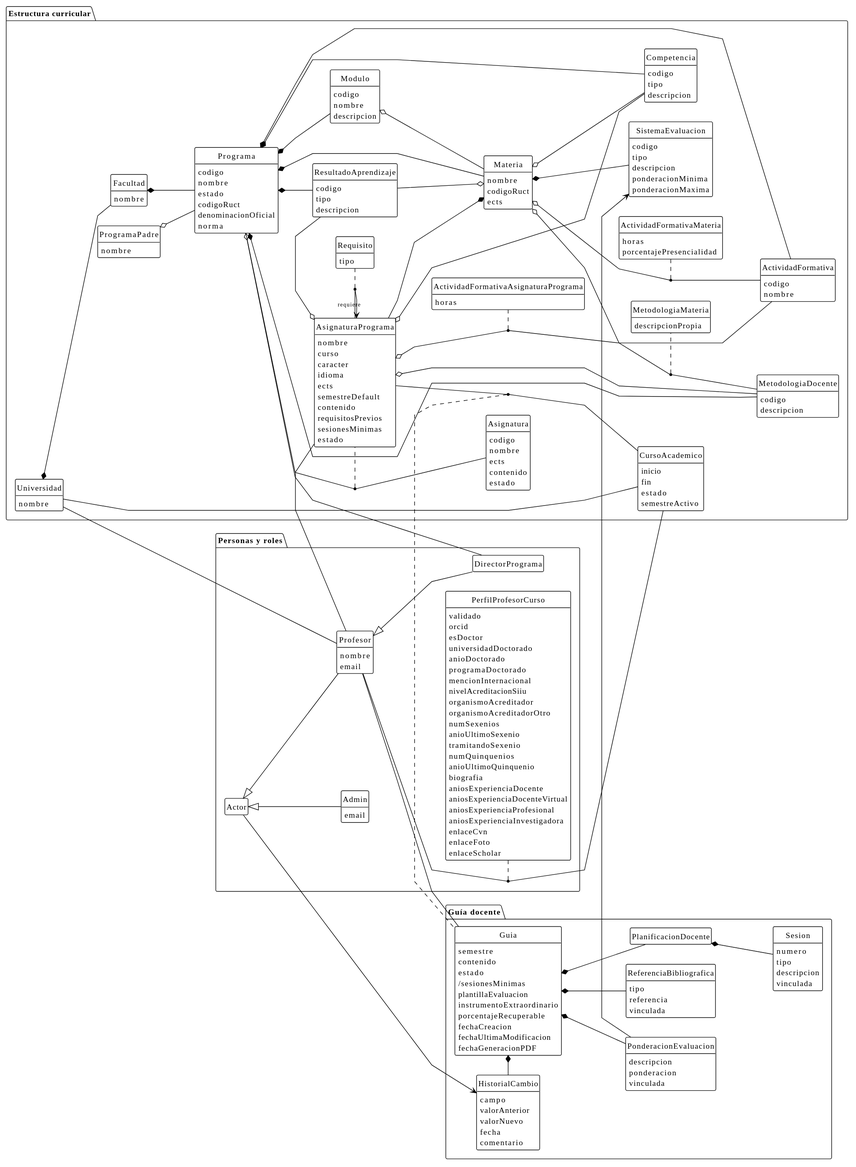
This is images/RUP/00-modelo-del-dominio/modeloDominio.svg from mmasias/pyCeldaPublico, a PlantUML export, as it was before one commit. Source of this version:
```plantuml
@startuml
!theme plain
hide empty members
hide circle
skinparam linetype polyline
left to right direction

package "Estructura curricular" {
  class Universidad {
    nombre
  }
  class Facultad {
    nombre
  }
  class ProgramaPadre {
    nombre
  }
  class Programa {
    codigo
    nombre
    estado
    codigoRuct
    denominacionOficial
    norma
  }
  class Materia {
    nombre
    codigoRuct
    ects
  }
  class Modulo {
    codigo
    nombre
    descripcion
  }
  class SistemaEvaluacion {
    codigo
    tipo
    descripcion
    ponderacionMinima
    ponderacionMaxima
  }
  class MetodologiaDocente {
    codigo
    descripcion
  }
  class MetodologiaMateria {
    descripcionPropia
  }
  class ActividadFormativa {
    codigo
    nombre
  }
  class ActividadFormativaMateria {
    horas
    porcentajePresencialidad
  }
  class ActividadFormativaAsignaturaPrograma {
    horas
  }
  class Asignatura {
    codigo
    nombre
    ects
    contenido
    estado
  }
  class AsignaturaPrograma {
    nombre
    curso
    caracter
    idioma
    ects
    semestreDefault
    contenido
    requisitosPrevios
    sesionesMinimas
    estado
  }
  class ResultadoAprendizaje {
    codigo
    tipo
    descripcion
  }
  class Competencia {
    codigo
    tipo
    descripcion
  }
  class Requisito {
    tipo
  }
  class CursoAcademico {
    inicio
    fin
    estado
    semestreActivo
  }
  Universidad *-- Facultad
  Facultad *-- Programa
  ProgramaPadre o-- Programa
  Programa *-- Materia
  Programa *-- MetodologiaDocente
  Materia *-- AsignaturaPrograma
  Materia *-- SistemaEvaluacion
  Materia o-- MetodologiaDocente
  (Materia, MetodologiaDocente) .. MetodologiaMateria
  Programa *-- ActividadFormativa
  Materia o-- ActividadFormativa
  (Materia, ActividadFormativa) .. ActividadFormativaMateria
  AsignaturaPrograma o-- ActividadFormativa
  (AsignaturaPrograma, ActividadFormativa) .. ActividadFormativaAsignaturaPrograma
  (Programa, Asignatura) .. AsignaturaPrograma
  Programa *-d- ResultadoAprendizaje
  Materia o-u- ResultadoAprendizaje
  AsignaturaPrograma o- ResultadoAprendizaje
  Programa *-- Competencia
  Materia o-- Competencia
  AsignaturaPrograma o-- Competencia
  Programa *-- Modulo
  Modulo o-- Materia
  AsignaturaPrograma o-r- MetodologiaDocente
  AsignaturaPrograma -> AsignaturaPrograma : <sub>requiere</sub>
  (AsignaturaPrograma, AsignaturaPrograma) .. Requisito
  Universidad -- CursoAcademico
}

package "Guía docente" {
  class Guia {
    semestre
    contenido
    estado
    /sesionesMinimas
    plantillaEvaluacion
    instrumentoExtraordinario
    porcentajeRecuperable
    fechaCreacion
    fechaUltimaModificacion
    fechaGeneracionPDF
  }
  class HistorialCambio {
    campo
    valorAnterior
    valorNuevo
    fecha
    comentario
  }

  class PonderacionEvaluacion {
    descripcion
    ponderacion
    vinculada
  }

  (AsignaturaPrograma, CursoAcademico) .. Guia
  Guia *- HistorialCambio
  Guia *-d- PonderacionEvaluacion
  PonderacionEvaluacion -> SistemaEvaluacion

  class ReferenciaBibliografica {
    tipo
    referencia
    vinculada
  }

  Guia *-- ReferenciaBibliografica

  class PlanificacionDocente
  class Sesion {
    numero
    tipo
    descripcion
    vinculada
  }

  Guia *-- PlanificacionDocente
  PlanificacionDocente *-- Sesion
}

package "Personas y roles" {
  class Actor
  class Profesor {
    nombre
    email
  }
  class Admin {
    email
  }
  class DirectorPrograma
  class PerfilProfesorCurso {
    validado
    orcid
    esDoctor
    universidadDoctorado
    anioDoctorado
    programaDoctorado
    mencionInternacional
    nivelAcreditacionSiiu
    organismoAcreditador
    organismoAcreditadorOtro
    numSexenios
    anioUltimoSexenio
    tramitandoSexenio
    numQuinquenios
    anioUltimoQuinquenio
    biografia
    aniosExperienciaDocente
    aniosExperienciaDocenteVirtual
    aniosExperienciaProfesional
    aniosExperienciaInvestigadora
    enlaceCvn
    enlaceFoto
    enlaceScholar
  }

  Profesor -u-|> Actor
  Admin -u-|> Actor
  DirectorPrograma -u-|> Profesor
  Actor -> HistorialCambio
  Universidad -- Profesor
  AsignaturaPrograma - Profesor
  Programa o- DirectorPrograma
  (Profesor, CursoAcademico) .. PerfilProfesorCurso
}

Guia -- Profesor
@enduml
```
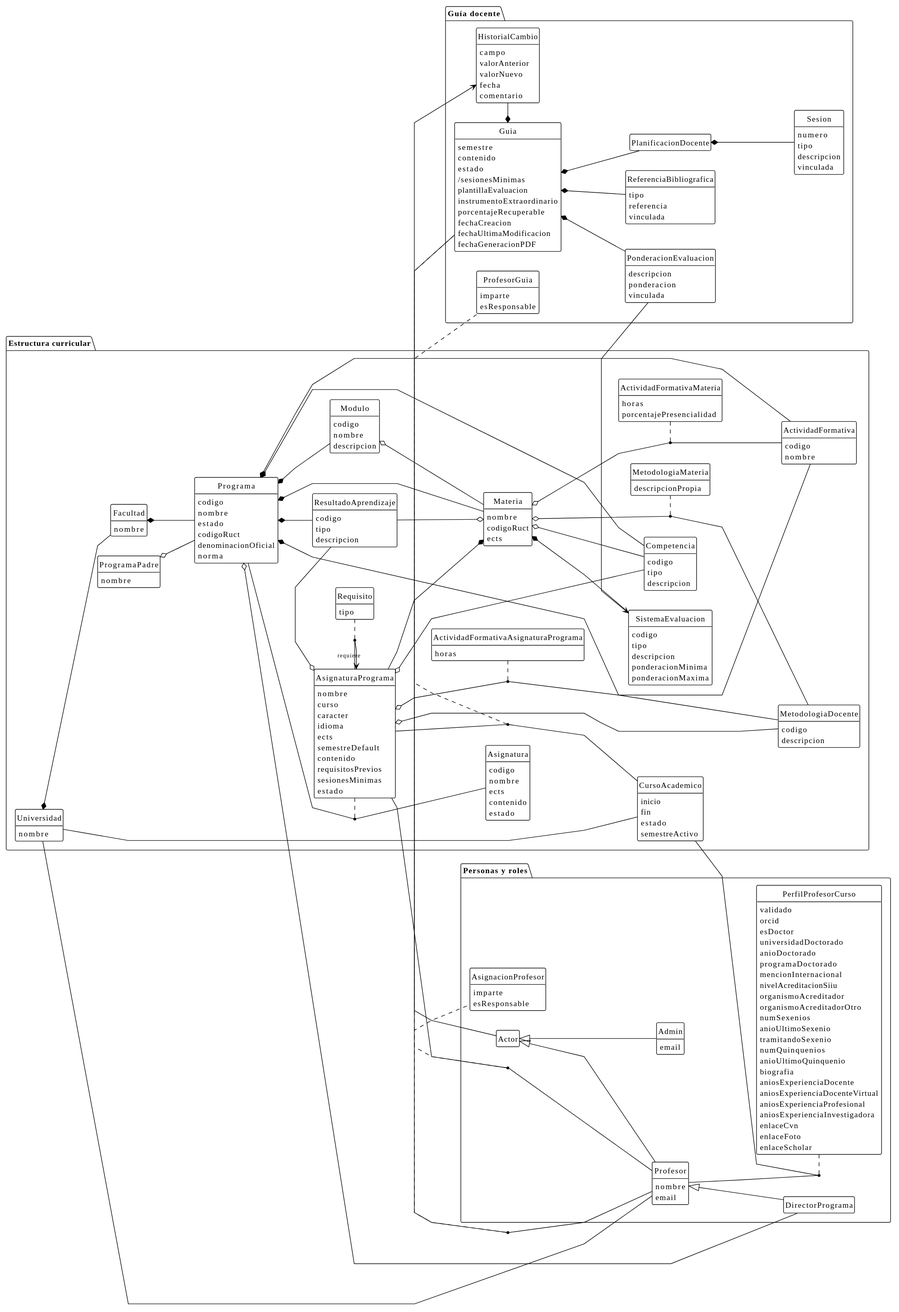
The same diagram one commit later.

Change to the diagram source:
```diff
@@ -175,6 +175,11 @@
 
   Guia *-- PlanificacionDocente
   PlanificacionDocente *-- Sesion
+
+  class ProfesorGuia {
+    imparte
+    esResponsable
+  }
 }
 
 package "Personas y roles" {
@@ -212,16 +217,20 @@
     enlaceFoto
     enlaceScholar
   }
+  class AsignacionProfesor {
+    imparte
+    esResponsable
+  }
 
   Profesor -u-|> Actor
   Admin -u-|> Actor
   DirectorPrograma -u-|> Profesor
   Actor -> HistorialCambio
   Universidad -- Profesor
-  AsignaturaPrograma - Profesor
+  (AsignaturaPrograma, Profesor) .. AsignacionProfesor
   Programa o- DirectorPrograma
   (Profesor, CursoAcademico) .. PerfilProfesorCurso
 }
 
-Guia -- Profesor
+(Guia, Profesor) .. ProfesorGuia
 @enduml
```
